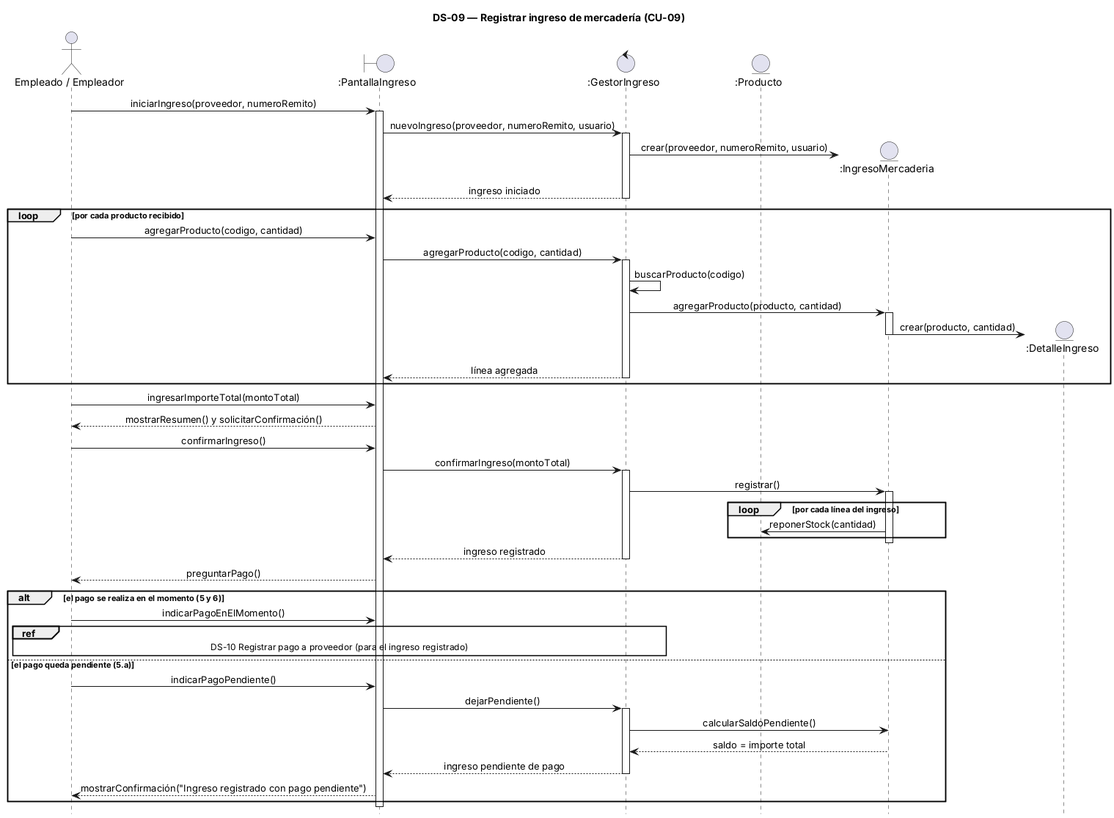
The PlantUML diagram 08-Diagrama De Secuencia/DS-09 Registrar ingreso de mercaderia.png in alanbalzaretti123/control-de-stock1, before a commit.
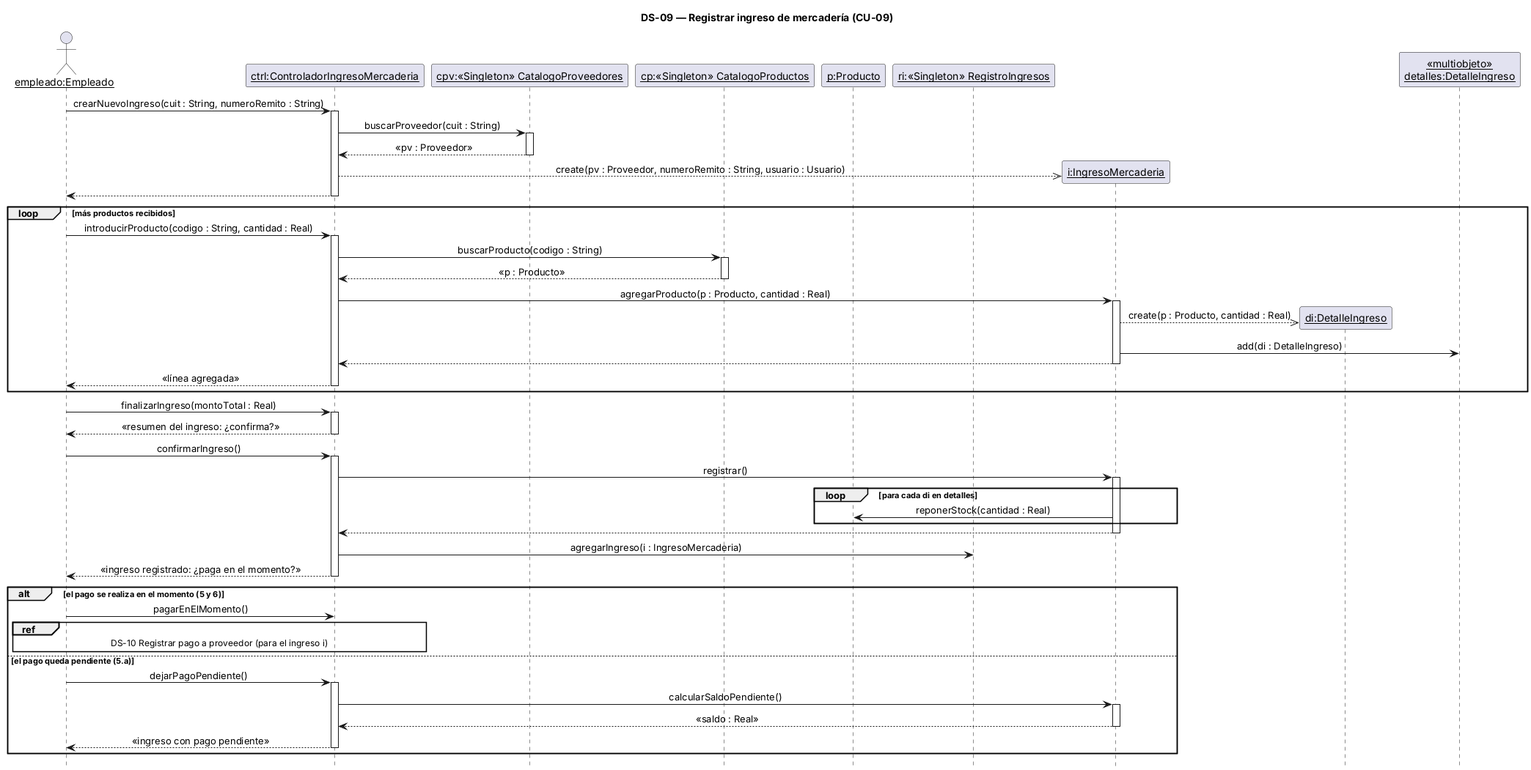
Later version of the same file.

The edit, as a diff of the source:
```diff
@@ -3,63 +3,73 @@
 hide footbox
 skinparam sequenceMessageAlign center
 skinparam responseMessageBelowArrow true
+skinparam sequenceParticipant underline
 
-actor "Empleado / Empleador" as U
-boundary ":PantallaIngreso" as P
-control ":GestorIngreso" as G
-entity ":Producto" as PR
+actor "empleado:Empleado" as U
+participant "ctrl:ControladorIngresoMercaderia" as C
+participant "cpv:«Singleton» CatalogoProveedores" as CPV
+participant "cp:«Singleton» CatalogoProductos" as CP
+participant "p:Producto" as P
+participant "ri:«Singleton» RegistroIngresos" as RI
 
-U -> P : iniciarIngreso(proveedor, numeroRemito)
-activate P
-P -> G : nuevoIngreso(proveedor, numeroRemito, usuario)
-activate G
-create entity ":IngresoMercaderia" as I
-G -> I : crear(proveedor, numeroRemito, usuario)
-G --> P : ingreso iniciado
-deactivate G
+U -> C : crearNuevoIngreso(cuit : String, numeroRemito : String)
+activate C
+C -> CPV : buscarProveedor(cuit : String)
+activate CPV
+CPV --> C : «pv : Proveedor»
+deactivate CPV
+create participant "i:IngresoMercaderia" as I
+C -->> I : create(pv : Proveedor, numeroRemito : String, usuario : Usuario)
+C --> U
+deactivate C
 
-loop por cada producto recibido
-  U -> P : agregarProducto(codigo, cantidad)
-  P -> G : agregarProducto(codigo, cantidad)
-  activate G
-  G -> G : buscarProducto(codigo)
-  G -> I : agregarProducto(producto, cantidad)
+loop más productos recibidos
+  U -> C : introducirProducto(codigo : String, cantidad : Real)
+  activate C
+  C -> CP : buscarProducto(codigo : String)
+  activate CP
+  CP --> C : «p : Producto»
+  deactivate CP
+  C -> I : agregarProducto(p : Producto, cantidad : Real)
   activate I
-  create entity ":DetalleIngreso" as DI
-  I -> DI : crear(producto, cantidad)
+  create participant "di:DetalleIngreso" as DI
+  I -->> DI : create(p : Producto, cantidad : Real)
+  participant "«multiobjeto»\ndetalles:DetalleIngreso" as DS
+  I -> DS : add(di : DetalleIngreso)
+  I --> C
   deactivate I
-  G --> P : línea agregada
-  deactivate G
+  C --> U : «línea agregada»
+  deactivate C
 end
 
-U -> P : ingresarImporteTotal(montoTotal)
-P --> U : mostrarResumen() y solicitarConfirmación()
-U -> P : confirmarIngreso()
-P -> G : confirmarIngreso(montoTotal)
-activate G
-G -> I : registrar()
+U -> C : finalizarIngreso(montoTotal : Real)
+activate C
+C --> U : «resumen del ingreso: ¿confirma?»
+deactivate C
+U -> C : confirmarIngreso()
+activate C
+C -> I : registrar()
 activate I
-loop por cada línea del ingreso
-  I -> PR : reponerStock(cantidad)
+loop para cada di en detalles
+  I -> P : reponerStock(cantidad : Real)
 end
+I --> C
 deactivate I
-G --> P : ingreso registrado
-deactivate G
-P --> U : preguntarPago()
+C -> RI : agregarIngreso(i : IngresoMercaderia)
+C --> U : «ingreso registrado: ¿paga en el momento?»
+deactivate C
 
 alt el pago se realiza en el momento (5 y 6)
-  U -> P : indicarPagoEnElMomento()
-  ref over U, P, G : DS-10 Registrar pago a proveedor (para el ingreso registrado)
+  U -> C : pagarEnElMomento()
+  ref over U, C : DS-10 Registrar pago a proveedor (para el ingreso i)
 else el pago queda pendiente (5.a)
-  U -> P : indicarPagoPendiente()
-  P -> G : dejarPendiente()
-  activate G
-  G -> I : calcularSaldoPendiente()
-  I --> G : saldo = importe total
-  G --> P : ingreso pendiente de pago
-  deactivate G
-  P --> U : mostrarConfirmación("Ingreso registrado con pago pendiente")
+  U -> C : dejarPagoPendiente()
+  activate C
+  C -> I : calcularSaldoPendiente()
+  activate I
+  I --> C : «saldo : Real»
+  deactivate I
+  C --> U : «ingreso con pago pendiente»
+  deactivate C
 end
-
-deactivate P
 @enduml
```
